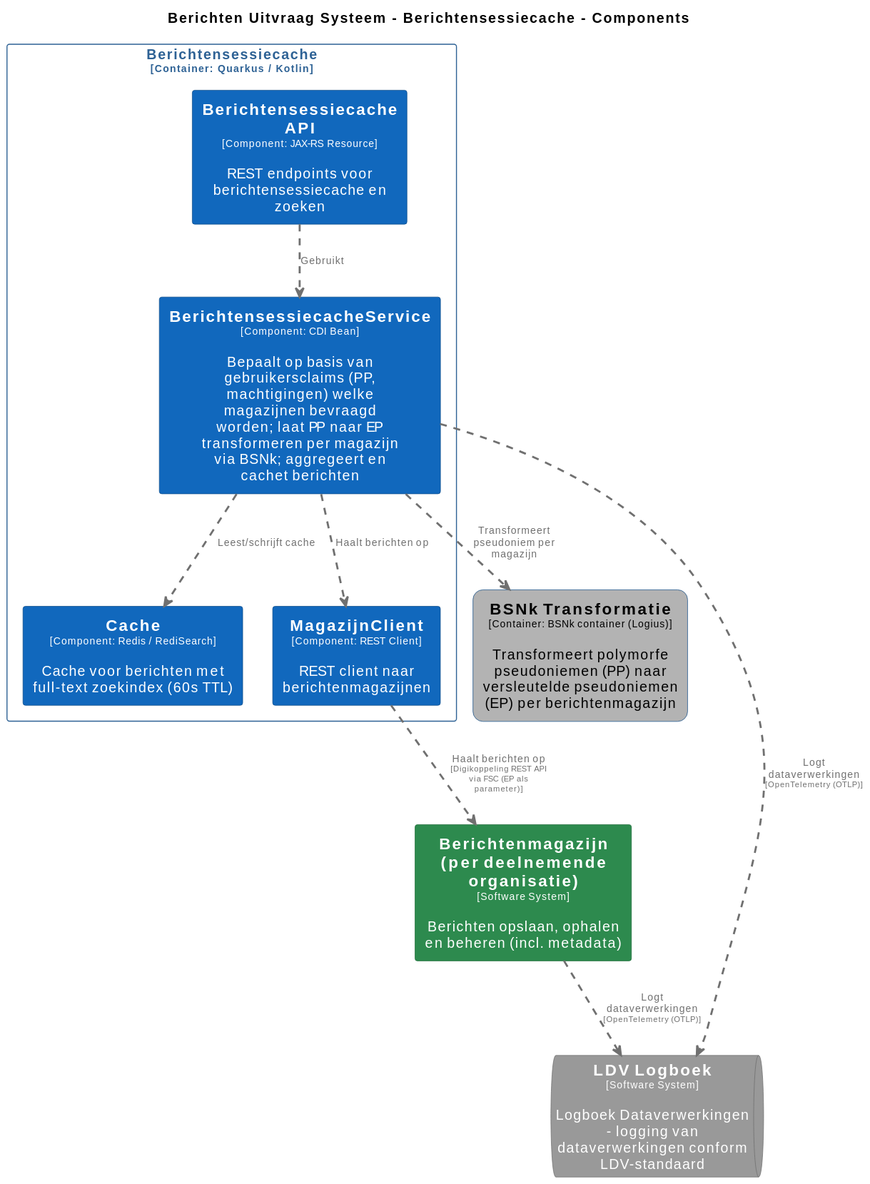
This is pr-preview/pr-22/master/svg/BerichtensessiecacheComponenten.svg from MinBZK/moza-poc-fbs-berichtenbox, a PlantUML export, as it was before one commit. Its source is kept beside it as pr-preview/pr-22/master/puml/BerichtensessiecacheComponenten.puml.
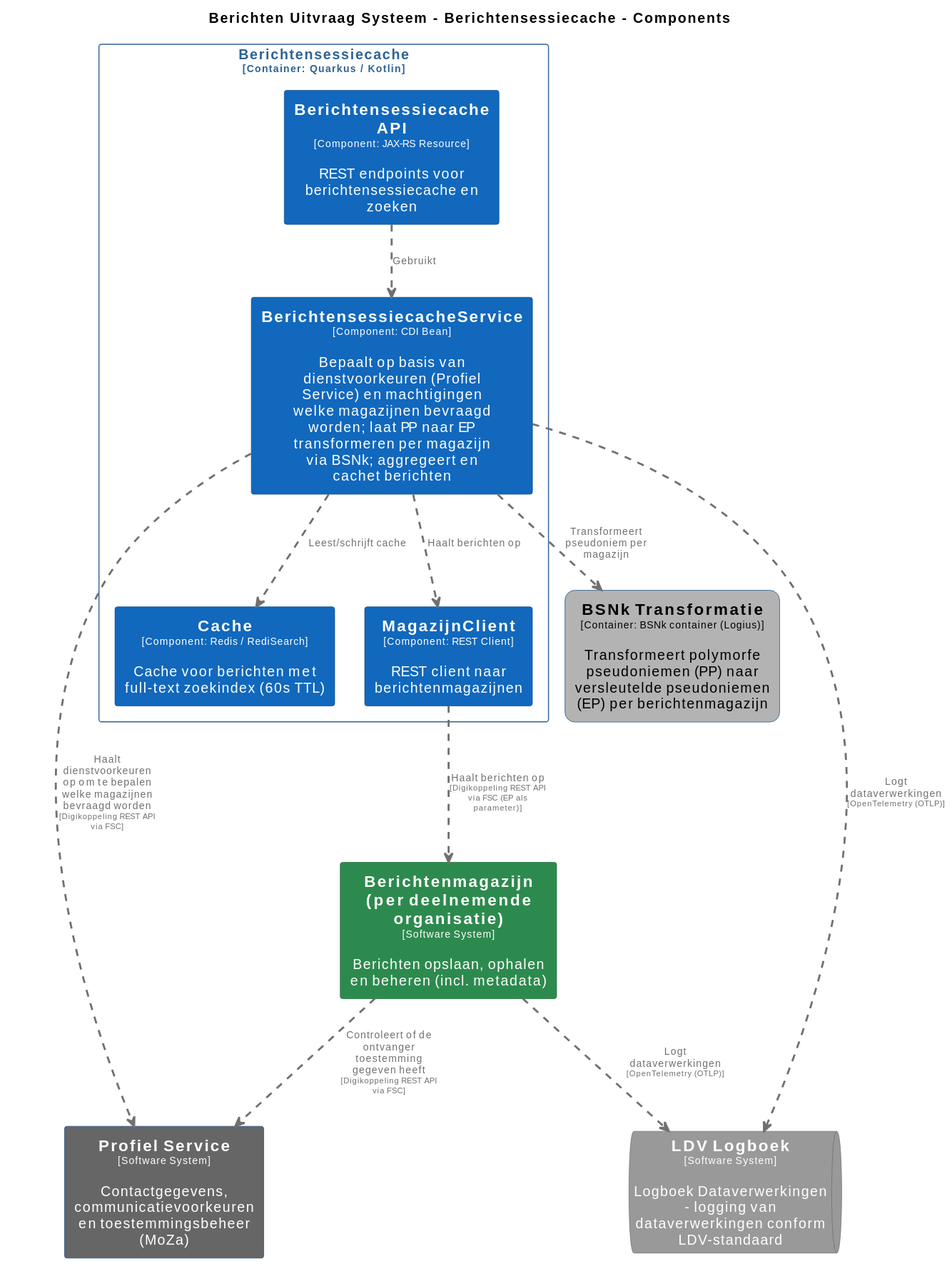
The same file after the commit.

Diff of the diagram source:
```diff
@@ -58,28 +58,37 @@
   BorderColor #0b4884
   shadowing false
 }
+skinparam rectangle<<ProfielService>> {
+  BackgroundColor #666666
+  FontColor #ffffff
+  BorderColor #0b4884
+  shadowing false
+}
 skinparam rectangle<<BerichtenUitvraagSysteem.Berichtensessiecache>> {
   BorderColor #2e6295
   FontColor #2e6295
   shadowing false
 }
 
+rectangle "==Profiel Service\n<size:10>[Software System]</size>\n\nContactgegevens, communicatievoorkeuren en toestemmingsbeheer (MoZa)" <<ProfielService>> as ProfielService
 rectangle "==Berichtenmagazijn (per deelnemende organisatie)\n<size:10>[Software System]</size>\n\nBerichten opslaan, ophalen en beheren (incl. metadata)" <<Berichtenmagazijnperdeelnemendeorganisatie>> as Berichtenmagazijnperdeelnemendeorganisatie
 rectangle "==BSNk Transformatie\n<size:10>[Container: BSNk container (Logius)]</size>\n\nTransformeert polymorfe pseudoniemen (PP) naar versleutelde pseudoniemen (EP) per berichtenmagazijn" <<BerichtenUitvraagSysteem.BSNkTransformatie>> as BerichtenUitvraagSysteem.BSNkTransformatie
 queue "==LDV Logboek\n<size:10>[Software System]</size>\n\nLogboek Dataverwerkingen - logging van dataverwerkingen conform LDV-standaard" <<LDVLogboek>> as LDVLogboek
 
 rectangle "Berichtensessiecache\n<size:10>[Container: Quarkus / Kotlin]</size>" <<BerichtenUitvraagSysteem.Berichtensessiecache>> {
   rectangle "==Berichtensessiecache API\n<size:10>[Component: JAX-RS Resource]</size>\n\nREST endpoints voor berichtensessiecache en zoeken" <<BerichtenUitvraagSysteem.Berichtensessiecache.BerichtensessiecacheAPI>> as BerichtenUitvraagSysteem.Berichtensessiecache.BerichtensessiecacheAPI
-  rectangle "==BerichtensessiecacheService\n<size:10>[Component: CDI Bean]</size>\n\nBepaalt op basis van gebruikersclaims (PP, machtigingen) welke magazijnen bevraagd worden; laat PP naar EP transformeren per magazijn via BSNk; aggregeert en cachet berichten" <<BerichtenUitvraagSysteem.Berichtensessiecache.BerichtensessiecacheService>> as BerichtenUitvraagSysteem.Berichtensessiecache.BerichtensessiecacheService
+  rectangle "==BerichtensessiecacheService\n<size:10>[Component: CDI Bean]</size>\n\nBepaalt op basis van dienstvoorkeuren (Profiel Service) en machtigingen welke magazijnen bevraagd worden; laat PP naar EP transformeren per magazijn via BSNk; aggregeert en cachet berichten" <<BerichtenUitvraagSysteem.Berichtensessiecache.BerichtensessiecacheService>> as BerichtenUitvraagSysteem.Berichtensessiecache.BerichtensessiecacheService
   rectangle "==Cache\n<size:10>[Component: Redis / RediSearch]</size>\n\nCache voor berichten met full-text zoekindex (60s TTL)" <<BerichtenUitvraagSysteem.Berichtensessiecache.Cache>> as BerichtenUitvraagSysteem.Berichtensessiecache.Cache
   rectangle "==MagazijnClient\n<size:10>[Component: REST Client]</size>\n\nREST client naar berichtenmagazijnen" <<BerichtenUitvraagSysteem.Berichtensessiecache.MagazijnClient>> as BerichtenUitvraagSysteem.Berichtensessiecache.MagazijnClient
 }
 
+BerichtenUitvraagSysteem.Berichtensessiecache.MagazijnClient .[#707070,thickness=2].> Berichtenmagazijnperdeelnemendeorganisatie : "<color:#707070>Haalt berichten op\n<color:#707070><size:8>[Digikoppeling REST API via FSC (EP als parameter)]</size>"
 Berichtenmagazijnperdeelnemendeorganisatie .[#707070,thickness=2].> LDVLogboek : "<color:#707070>Logt dataverwerkingen\n<color:#707070><size:8>[OpenTelemetry (OTLP)]</size>"
 BerichtenUitvraagSysteem.Berichtensessiecache.BerichtensessiecacheService .[#707070,thickness=2].> LDVLogboek : "<color:#707070>Logt dataverwerkingen\n<color:#707070><size:8>[OpenTelemetry (OTLP)]</size>"
 BerichtenUitvraagSysteem.Berichtensessiecache.BerichtensessiecacheAPI .[#707070,thickness=2].> BerichtenUitvraagSysteem.Berichtensessiecache.BerichtensessiecacheService : "<color:#707070>Gebruikt"
 BerichtenUitvraagSysteem.Berichtensessiecache.BerichtensessiecacheService .[#707070,thickness=2].> BerichtenUitvraagSysteem.Berichtensessiecache.Cache : "<color:#707070>Leest/schrijft cache"
 BerichtenUitvraagSysteem.Berichtensessiecache.BerichtensessiecacheService .[#707070,thickness=2].> BerichtenUitvraagSysteem.Berichtensessiecache.MagazijnClient : "<color:#707070>Haalt berichten op"
 BerichtenUitvraagSysteem.Berichtensessiecache.BerichtensessiecacheService .[#707070,thickness=2].> BerichtenUitvraagSysteem.BSNkTransformatie : "<color:#707070>Transformeert pseudoniem per magazijn"
-BerichtenUitvraagSysteem.Berichtensessiecache.MagazijnClient .[#707070,thickness=2].> Berichtenmagazijnperdeelnemendeorganisatie : "<color:#707070>Haalt berichten op\n<color:#707070><size:8>[Digikoppeling REST API via FSC (EP als parameter)]</size>"
+Berichtenmagazijnperdeelnemendeorganisatie .[#707070,thickness=2].> ProfielService : "<color:#707070>Controleert of de ontvanger toestemming gegeven heeft\n<color:#707070><size:8>[Digikoppeling REST API via FSC]</size>"
+BerichtenUitvraagSysteem.Berichtensessiecache.BerichtensessiecacheService .[#707070,thickness=2].> ProfielService : "<color:#707070>Haalt dienstvoorkeuren op om te bepalen welke magazijnen bevraagd worden\n<color:#707070><size:8>[Digikoppeling REST API via FSC]</size>"
 @enduml
```
